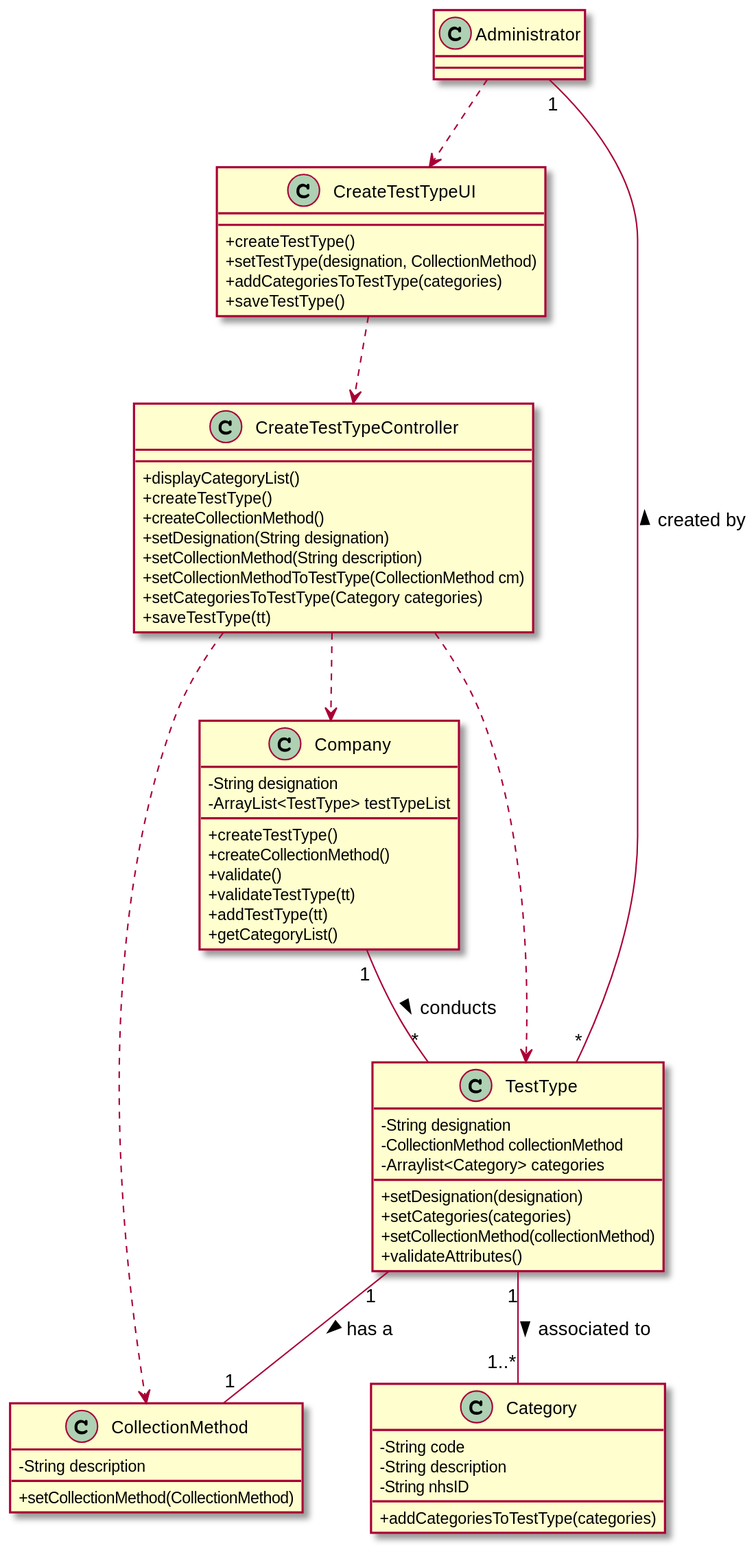
This is docs/SprintB/US9/US9_CD.svg from MadDinosaur/ISEP-LAPR2, a PlantUML export, as it was before one commit.
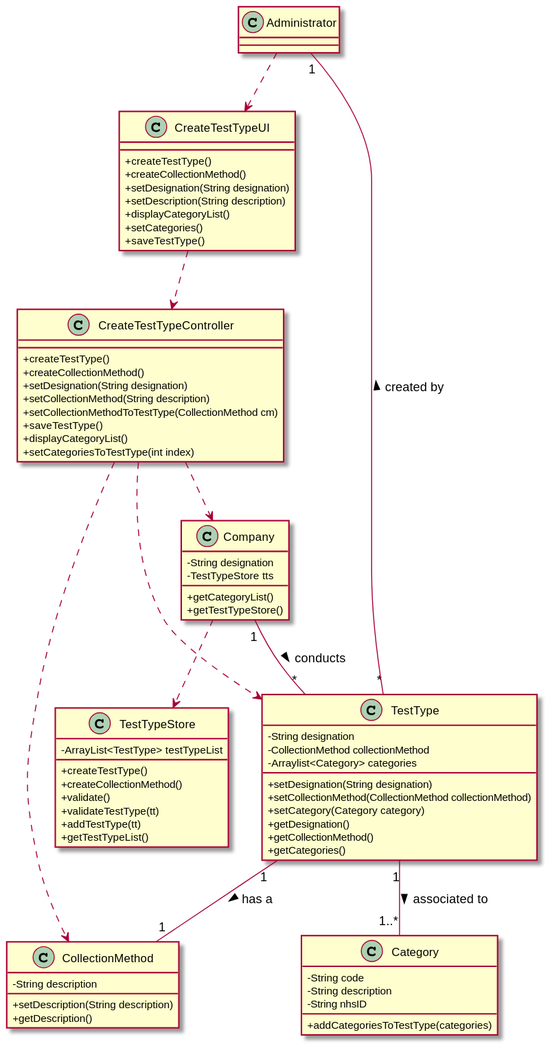
Above is the later version.

The edit, as a diff of the source:
```diff
@@ -5,32 +5,39 @@
 class Administrator
 class CreateTestTypeUI {
 +createTestType()
-+setTestType(designation, CollectionMethod)
-+addCategoriesToTestType(categories)
++createCollectionMethod()
++setDesignation(String designation)
++setDescription(String description)
++displayCategoryList()
++setCategories()
 +saveTestType()
 }
 class CreateTestTypeController {
-+displayCategoryList()
 +createTestType()
 +createCollectionMethod()
 +setDesignation(String designation)
 +setCollectionMethod(String description)
 +setCollectionMethodToTestType(CollectionMethod cm)
-+setCategoriesToTestType(Category categories)
-+saveTestType(tt)
++saveTestType()
++displayCategoryList()
++setCategoriesToTestType(int index)
 }
 class CollectionMethod {
 -String description
-+setCollectionMethod(CollectionMethod)
++setDescription(String description)
++getDescription()
+
 }
 class TestType {
 -String designation
 -CollectionMethod collectionMethod
 -Arraylist<Category> categories
-+setDesignation(designation)
-+setCategories(categories)
-+setCollectionMethod(collectionMethod)
-+validateAttributes()
++setDesignation(String designation)
++setCollectionMethod(CollectionMethod collectionMethod)
++setCategory(Category category)
++getDesignation()
++getCollectionMethod()
++getCategories()
 }
 class Category {
 -String code
@@ -40,13 +47,19 @@
 }
 class Company {
 -String designation
+-TestTypeStore tts
++getCategoryList()
++getTestTypeStore()
+}
+
+class TestTypeStore {
 -ArrayList<TestType> testTypeList
 +createTestType()
 +createCollectionMethod()
 +validate()
 +validateTestType(tt)
 +addTestType(tt)
-+getCategoryList()
++getTestTypeList()
 }
 
 Administrator ..> CreateTestTypeUI
@@ -58,6 +71,6 @@
 CreateTestTypeController ..> Company
 CreateTestTypeController ..> TestType
 CreateTestTypeController ..> CollectionMethod
-
+Company ..> TestTypeStore
 
 @enduml
```
